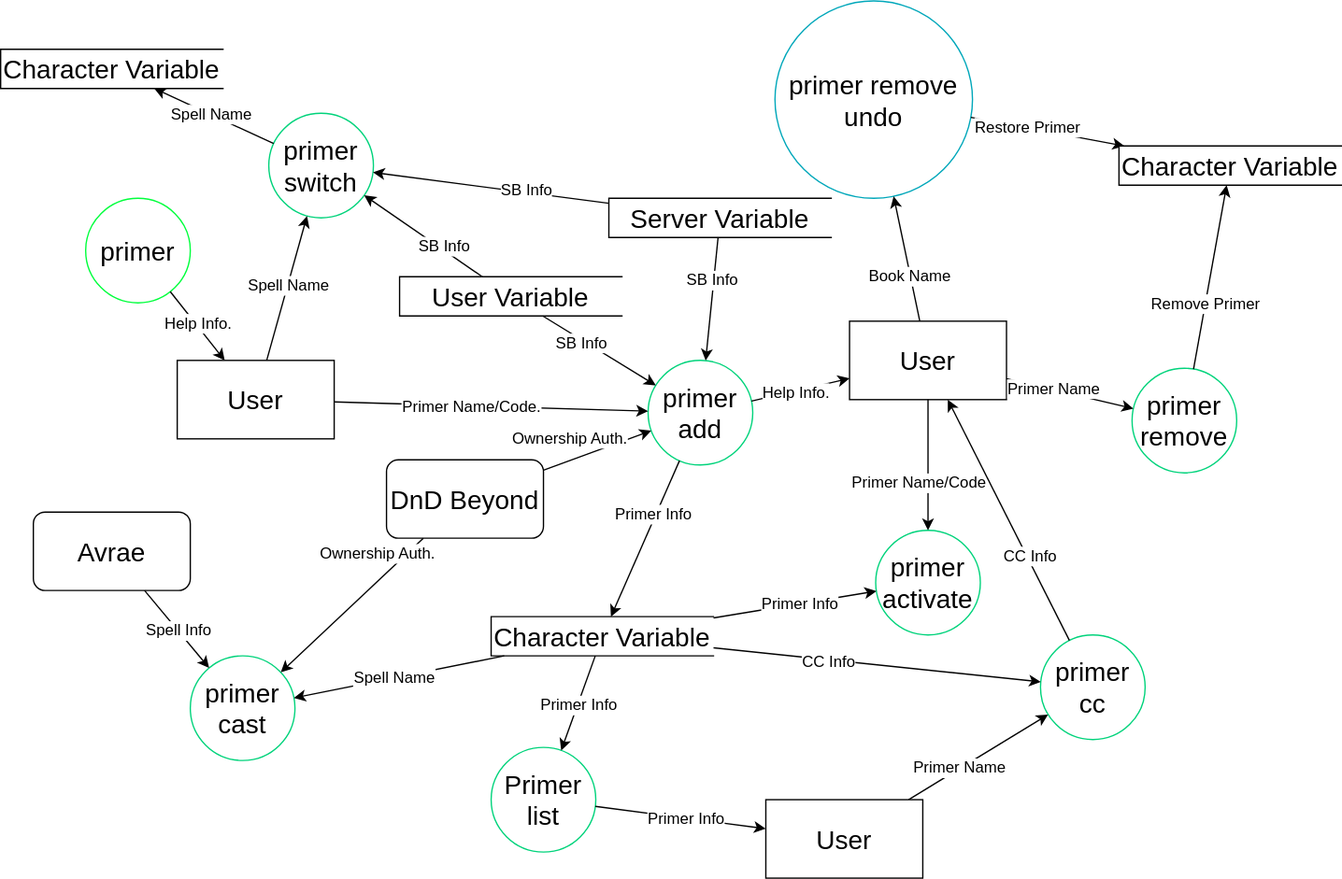
Before: Design/primer_DFD.svg, a diagram exported from draw.io (SethHartman13/Magic-Book-Library). Source tidied: cells renumbered, new cells last; positions are measured from the earlier drawing's top-left corner, leaving out a move shared by most shapes.
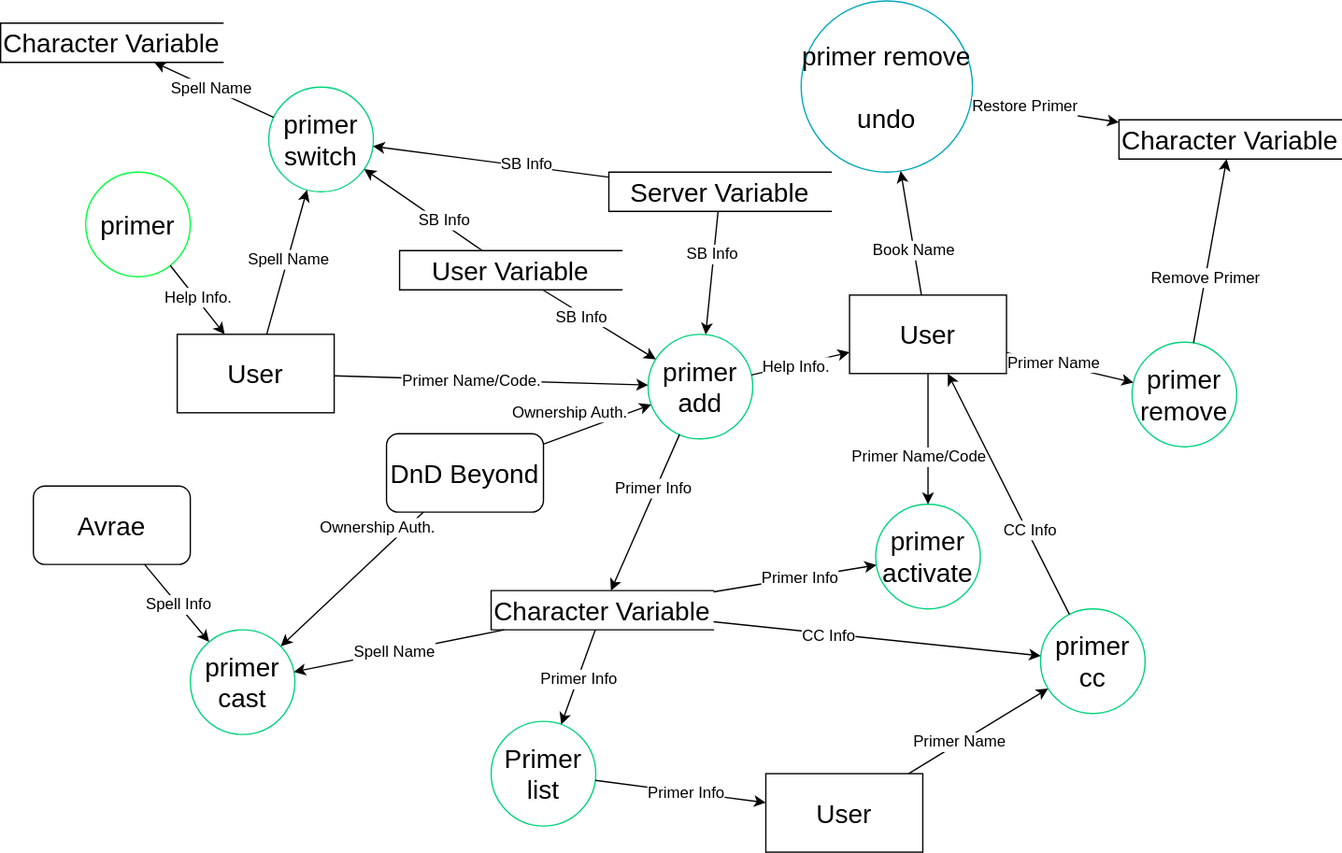
The same file after the commit.

The edit, as a diff of the source:
```diff
@@ -107,8 +107,8 @@
     <mxCell id="34" value="Remove Primer" style="edgeLabel;html=1;align=center;verticalAlign=middle;fontSize=12;" parent="33" vertex="1">
       <mxGeometry x="-0.28" y="1" relative="1" as="geometry" />
     </mxCell>
-    <mxCell id="35" value="&lt;font style=&quot;font-size: 20px;&quot;&gt;primer remove&lt;br&gt;undo&lt;br&gt;&lt;/font&gt;" style="ellipse;whiteSpace=wrap;html=1;strokeColor=#00A7BA;" parent="1" vertex="1">
-      <mxGeometry x="592" width="151" height="151" as="geometry" />
+    <mxCell id="35" value="&lt;font style=&quot;font-size: 20px;&quot;&gt;primer remove&lt;br&gt;&lt;br&gt;undo&lt;br&gt;&lt;/font&gt;" style="ellipse;whiteSpace=wrap;html=1;strokeColor=#00A7BA;" parent="1" vertex="1">
+      <mxGeometry x="612" y="20" width="131" height="131" as="geometry" />
     </mxCell>
     <mxCell id="36" style="endArrow=classic;html=1;rounded=0;noEdgeStyle=1;" parent="1" edge="1" source="35" target="53">
       <mxGeometry relative="1" as="geometry" />
```
